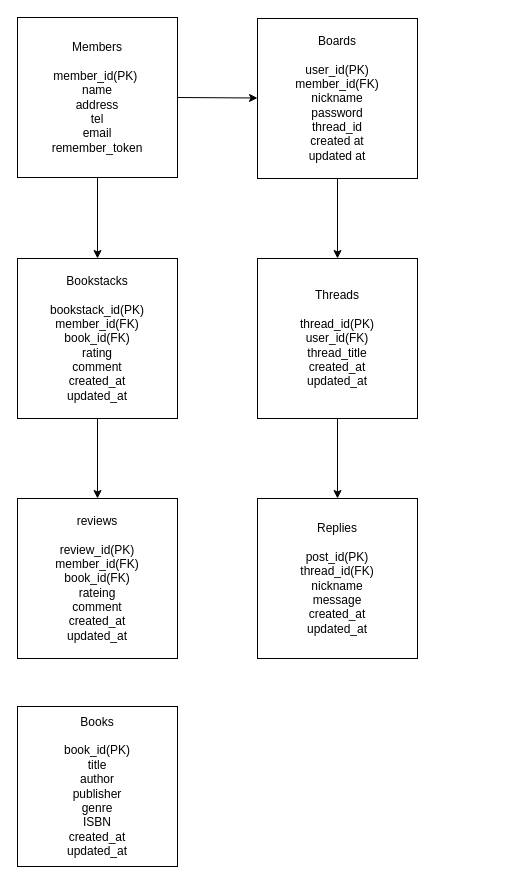
Before: clubsite/clubsite.dio in yuki-gnd/portfolio, a draw.io diagram. Source tidied: cells renumbered, new cells numbered last; positions are measured from the earlier drawing's top-left corner, leaving out a move shared by most shapes. Both pictures are drawn from the tidied source at 100%, with x=0, y=0 at pixel (17, 17).
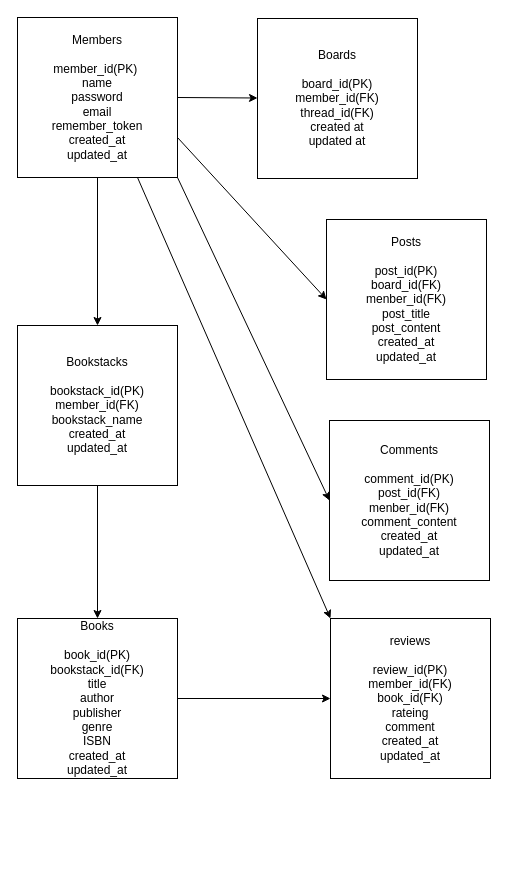
Above is the later version.

The edit, as a diff of the source:
```diff
@@
 <mxGraphModel>
   <root>
     <mxCell id="0" />
     <mxCell id="1" parent="0" />
     <mxCell id="2" style="edgeStyle=none;html=1;exitX=1;exitY=0.5;exitDx=0;exitDy=0;" parent="1" edge="1" source="4" target="6">
       <mxGeometry relative="1" as="geometry" />
     </mxCell>
     <mxCell id="3" style="edgeStyle=none;html=1;exitX=0.5;exitY=1;exitDx=0;exitDy=0;entryX=0.5;entryY=0;entryDx=0;entryDy=0;" parent="1" edge="1" source="4" target="11">
       <mxGeometry relative="1" as="geometry" />
     </mxCell>
+    <mxCell id="14" style="edgeStyle=none;html=1;exitX=0.75;exitY=1;exitDx=0;exitDy=0;entryX=0;entryY=0;entryDx=0;entryDy=0;" parent="1" edge="1" source="4" target="13">
+      <mxGeometry relative="1" as="geometry" />
+    </mxCell>
+    <mxCell id="15" style="edgeStyle=none;html=1;exitX=1;exitY=0.75;exitDx=0;exitDy=0;entryX=0;entryY=0.5;entryDx=0;entryDy=0;" parent="1" edge="1" source="4" target="8">
+      <mxGeometry relative="1" as="geometry" />
+    </mxCell>
+    <mxCell id="16" style="edgeStyle=none;html=1;exitX=1;exitY=1;exitDx=0;exitDy=0;entryX=0;entryY=0.5;entryDx=0;entryDy=0;" parent="1" edge="1" source="4" target="19">
+      <mxGeometry relative="1" as="geometry" />
+    </mxCell>
-    <mxCell id="4" value="Members&lt;br&gt;&lt;br&gt;member_id(PK)&amp;nbsp;&lt;br&gt;name&lt;br&gt;address&lt;br&gt;tel&lt;br&gt;email&lt;br&gt;remember_token" style="whiteSpace=wrap;html=1;align=center;verticalAlign=middle;horizontal=1;" parent="1" vertex="1">
+    <mxCell id="4" value="Members&lt;br&gt;&lt;br&gt;member_id(PK)&amp;nbsp;&lt;br&gt;name&lt;br&gt;password&lt;br&gt;email&lt;br&gt;remember_token&lt;br&gt;created_at&lt;br&gt;updated_at" style="whiteSpace=wrap;html=1;align=center;verticalAlign=middle;horizontal=1;" parent="1" vertex="1">
       <mxGeometry width="160" height="160" as="geometry" />
     </mxCell>
-    <mxCell id="5" style="edgeStyle=none;html=1;" parent="1" edge="1" source="6" target="8">
-      <mxGeometry relative="1" as="geometry" />
-    </mxCell>
-    <mxCell id="6" value="Boards&lt;br&gt;&lt;br&gt;user_id(PK)&lt;br&gt;member_id(FK)&lt;br&gt;nickname&lt;br&gt;password&lt;br&gt;thread_id&lt;br&gt;created at&lt;br&gt;updated at" style="whiteSpace=wrap;html=1;" parent="1" vertex="1">
+    <mxCell id="6" value="Boards&lt;br&gt;&lt;br&gt;board_id(PK)&lt;br&gt;member_id(FK)&lt;br&gt;thread_id(FK)&lt;br&gt;created at&lt;br&gt;updated at" style="whiteSpace=wrap;html=1;" parent="1" vertex="1">
       <mxGeometry x="240" y="1" width="160" height="160" as="geometry" />
     </mxCell>
-    <mxCell id="7" style="edgeStyle=none;html=1;exitX=0.5;exitY=1;exitDx=0;exitDy=0;entryX=0.5;entryY=0;entryDx=0;entryDy=0;" parent="1" edge="1" source="8" target="9">
-      <mxGeometry relative="1" as="geometry" />
-    </mxCell>
-    <mxCell id="8" value="Threads&lt;br&gt;&lt;br&gt;thread_id(PK)&lt;br&gt;user_id(FK)&lt;br&gt;thread_title&lt;br&gt;created_at&lt;br&gt;updated_at" style="whiteSpace=wrap;html=1;" parent="1" vertex="1">
-      <mxGeometry x="240" y="241" width="160" height="160" as="geometry" />
+    <mxCell id="8" value="Posts&lt;br&gt;&lt;br&gt;post_id(PK)&lt;br&gt;board_id(FK)&lt;br&gt;menber_id(FK)&lt;br&gt;post_title&lt;br&gt;post_content&lt;br&gt;created_at&lt;br&gt;updated_at" style="whiteSpace=wrap;html=1;" parent="1" vertex="1">
+      <mxGeometry x="309" y="202" width="160" height="160" as="geometry" />
     </mxCell>
-    <mxCell id="9" value="Replies&lt;br&gt;&lt;br&gt;post_id(PK)&lt;br&gt;thread_id(FK)&lt;br&gt;nickname&lt;br&gt;message&lt;br&gt;created_at&lt;br&gt;updated_at" style="whiteSpace=wrap;html=1;" parent="1" vertex="1">
-      <mxGeometry x="240" y="481" width="160" height="160" as="geometry" />
-    </mxCell>
-    <mxCell id="10" style="edgeStyle=none;html=1;" parent="1" edge="1" source="11" target="13">
-      <mxGeometry relative="1" as="geometry" />
-    </mxCell>
+    <mxCell id="17" style="edgeStyle=none;html=1;exitX=0.5;exitY=1;exitDx=0;exitDy=0;" parent="1" edge="1" source="11" target="12">
+      <mxGeometry relative="1" as="geometry" />
+    </mxCell>
-    <mxCell id="11" value="Bookstacks&lt;br&gt;&lt;br&gt;bookstack_id(PK)&lt;br&gt;member_id(FK)&lt;br&gt;book_id(FK)&lt;br&gt;rating&lt;br&gt;comment&lt;br&gt;created_at&lt;br&gt;updated_at" style="whiteSpace=wrap;html=1;align=center;verticalAlign=middle;horizontal=1;" parent="1" vertex="1">
-      <mxGeometry y="241" width="160" height="160" as="geometry" />
+    <mxCell id="11" value="Bookstacks&lt;br&gt;&lt;br&gt;bookstack_id(PK)&lt;br&gt;member_id(FK)&lt;br&gt;bookstack_name&lt;br&gt;created_at&lt;br&gt;updated_at" style="whiteSpace=wrap;html=1;align=center;verticalAlign=middle;horizontal=1;" parent="1" vertex="1">
+      <mxGeometry y="308" width="160" height="160" as="geometry" />
     </mxCell>
+    <mxCell id="18" style="edgeStyle=none;html=1;exitX=1;exitY=0.5;exitDx=0;exitDy=0;entryX=0;entryY=0.5;entryDx=0;entryDy=0;" parent="1" edge="1" source="12" target="13">
+      <mxGeometry relative="1" as="geometry" />
+    </mxCell>
-    <mxCell id="12" value="Books&lt;br&gt;&lt;br&gt;book_id(PK)&lt;br&gt;title&lt;br&gt;author&lt;br&gt;publisher&lt;br&gt;genre&lt;br&gt;ISBN&lt;br&gt;created_at&lt;br&gt;updated_at" style="whiteSpace=wrap;html=1;align=center;verticalAlign=middle;horizontal=1;" parent="1" vertex="1">
-      <mxGeometry y="689" width="160" height="160" as="geometry" />
+    <mxCell id="12" value="Books&lt;br&gt;&lt;br&gt;book_id(PK)&lt;br&gt;bookstack_id(FK)&lt;br&gt;title&lt;br&gt;author&lt;br&gt;publisher&lt;br&gt;genre&lt;br&gt;ISBN&lt;br&gt;created_at&lt;br&gt;updated_at" style="whiteSpace=wrap;html=1;align=center;verticalAlign=middle;horizontal=1;" parent="1" vertex="1">
+      <mxGeometry y="601" width="160" height="160" as="geometry" />
     </mxCell>
     <mxCell id="13" value="reviews&lt;br&gt;&lt;br&gt;review_id(PK)&lt;br&gt;member_id(FK)&lt;br&gt;book_id(FK)&lt;br&gt;rateing&lt;br&gt;comment&lt;br&gt;created_at&lt;br&gt;updated_at" style="whiteSpace=wrap;html=1;align=center;verticalAlign=middle;horizontal=1;" parent="1" vertex="1">
-      <mxGeometry y="481" width="160" height="160" as="geometry" />
+      <mxGeometry x="313" y="601" width="160" height="160" as="geometry" />
     </mxCell>
+    <mxCell id="19" value="Comments&lt;br&gt;&lt;br&gt;comment_id(PK)&lt;br&gt;post_id(FK)&lt;br&gt;menber_id(FK)&lt;br&gt;comment_content&lt;br&gt;created_at&lt;br&gt;updated_at" style="whiteSpace=wrap;html=1;" parent="1" vertex="1">
+      <mxGeometry x="312" y="403" width="160" height="160" as="geometry" />
+    </mxCell>
   </root>
 </mxGraphModel>
```
